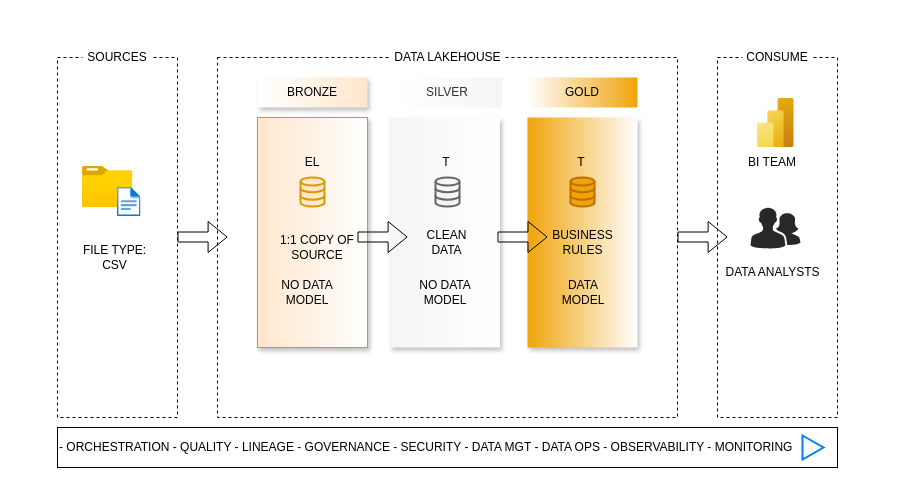
Before: docs/architecture.drawio in Maxwell-Selassie/germany_youtube_analytics_pipeline, a draw.io diagram. Source tidied: cells renumbered, new cells numbered last; positions are measured from the earlier drawing's top-left corner, leaving out a move shared by most shapes. Both pictures are drawn from the tidied source at 100%, with x=0, y=0 at pixel (57, 47). Pictures stored in the file or linked from it are replaced by grey dashed boxes.
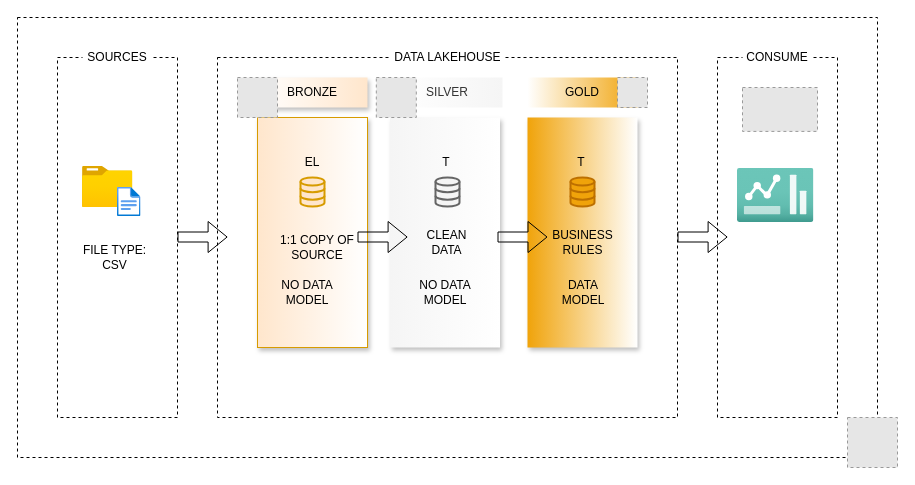
The same page after the edit.

Commit message (it also covers changes not shown here):
Refactor code structure for improved readability and maintainability

Diff of the diagram source:
```diff
@@
+    <mxCell id="39" style="rounded=0;whiteSpace=wrap;html=1;fillColor=none;strokeColor=default;glass=0;dashed=1;imageAspect=1;fillOpacity=100;noLabel=1;" parent="1" vertex="1">
+      <mxGeometry x="-40" y="-30" width="860" height="440" as="geometry" />
+    </mxCell>
@@
-    <mxCell id="23" style="image;html=1;align=center;fontSize=12;image=img/lib/azure2/analytics/Power_BI_Embedded.svg;" parent="1" vertex="1">
-      <mxGeometry x="700" y="51" width="36.8" height="49" as="geometry" />
-    </mxCell>
-    <mxCell id="24" value="BI TEAM" style="text;html=1;align=center;verticalAlign=middle;whiteSpace=wrap;rounded=0;" parent="1" vertex="1">
-      <mxGeometry x="685" y="100" width="60" height="30" as="geometry" />
-    </mxCell>
-    <mxCell id="25" style="verticalLabelPosition=bottom;sketch=0;html=1;fillColor=#282828;strokeColor=none;verticalAlign=top;align=center;shape=mxgraph.cisco_safe.people_places_things_icons.icon2;" parent="1" vertex="1">
-      <mxGeometry x="693" y="160" width="50" height="41" as="geometry" />
-    </mxCell>
-    <mxCell id="26" value="DATA ANALYSTS" style="text;html=1;align=center;verticalAlign=middle;whiteSpace=wrap;rounded=0;" parent="1" vertex="1">
-      <mxGeometry x="666.5" y="210" width="97" height="30" as="geometry" />
-    </mxCell>
@@
-    <mxCell id="37" value="- ORCHESTRATION - QUALITY - LINEAGE - GOVERNANCE - SECURITY - DATA MGT - DATA OPS - OBSERVABILITY - MONITORING" style="rounded=0;whiteSpace=wrap;html=1;align=left;" parent="1" vertex="1">
-      <mxGeometry y="380" width="780" height="40" as="geometry" />
-    </mxCell>
-    <mxCell id="38" style="html=1;verticalLabelPosition=bottom;align=center;labelBackgroundColor=#ffffff;verticalAlign=top;strokeWidth=2;strokeColor=#0080F0;shadow=0;dashed=0;shape=mxgraph.ios7.icons.play;" parent="1" vertex="1">
-      <mxGeometry x="745" y="388" width="21" height="24" as="geometry" />
-    </mxCell>
+    <mxCell id="40" style="fillColor=#E6E6E6;strokeColor=#999999;dashed=1;verticalLabelPosition=bottom;labelBackgroundColor=default;verticalAlign=top;" parent="1" vertex="1">
+      <mxGeometry x="790" y="370" width="50" height="50" as="geometry" />
+    </mxCell>
+    <mxCell id="41" style="fillColor=#E6E6E6;strokeColor=#999999;dashed=1;verticalLabelPosition=bottom;labelBackgroundColor=default;verticalAlign=top;" parent="1" vertex="1">
+      <mxGeometry x="560" y="30" width="30" height="30" as="geometry" />
+    </mxCell>
+    <mxCell id="42" style="fillColor=#E6E6E6;strokeColor=#999999;dashed=1;verticalLabelPosition=bottom;labelBackgroundColor=default;verticalAlign=top;" parent="1" vertex="1">
+      <mxGeometry x="180" y="30" width="40" height="40" as="geometry" />
+    </mxCell>
+    <mxCell id="43" style="fillColor=#E6E6E6;strokeColor=#999999;dashed=1;verticalLabelPosition=bottom;labelBackgroundColor=default;verticalAlign=top;" parent="1" vertex="1">
+      <mxGeometry x="318.8" y="30" width="40" height="40" as="geometry" />
+    </mxCell>
+    <mxCell id="44" style="fillColor=#E6E6E6;strokeColor=#999999;dashed=1;verticalLabelPosition=bottom;labelBackgroundColor=default;verticalAlign=top;" parent="1" vertex="1">
+      <mxGeometry x="685" y="40" width="75" height="43.9" as="geometry" />
+    </mxCell>
+    <mxCell id="45" style="image;html=1;align=center;fontSize=12;image=img/lib/azure2/general/Dashboard2.svg;" parent="1" vertex="1">
+      <mxGeometry x="680" y="121" width="76.4" height="53.9" as="geometry" />
+    </mxCell>
```
